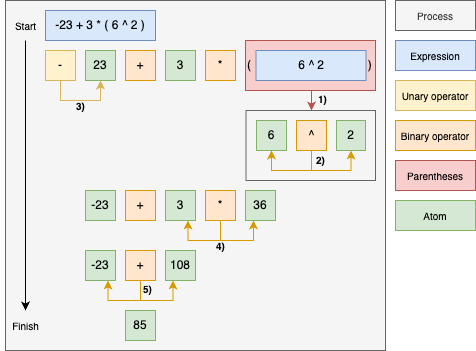
This is docs/source/_static/figures/operation_flow.png from vrtulka23/scinumtools, a draw.io export, as it was before one commit. Source tidied: cells renumbered, new cells last; positions are measured from the earlier drawing's top-left corner, leaving out a move shared by most shapes. The source it was exported from:
```xml
<mxGraphModel>
  <root>
    <mxCell id="0" />
    <mxCell id="1" parent="0" />
    <mxCell id="2" style="rounded=0;whiteSpace=wrap;html=1;fillColor=#f5f5f5;fontColor=#333333;strokeColor=#666666;" parent="1" vertex="1">
      <mxGeometry x="5" width="380" height="350" as="geometry" />
    </mxCell>
    <mxCell id="3" style="rounded=0;whiteSpace=wrap;html=1;fillColor=#f5f5f5;fontColor=#333333;strokeColor=#666666;" parent="1" vertex="1">
      <mxGeometry x="245.5" y="110" width="129.5" height="70" as="geometry" />
    </mxCell>
    <mxCell id="4" value="-23" style="rounded=0;whiteSpace=wrap;html=1;fillColor=#d5e8d4;strokeColor=#82b366;" parent="1" vertex="1">
      <mxGeometry x="85" y="190" width="30" height="30" as="geometry" />
    </mxCell>
    <mxCell id="5" value="3" style="rounded=0;whiteSpace=wrap;html=1;fillColor=#d5e8d4;strokeColor=#82b366;" parent="1" vertex="1">
      <mxGeometry x="165" y="190" width="30" height="30" as="geometry" />
    </mxCell>
    <mxCell id="6" value="+" style="rounded=0;whiteSpace=wrap;html=1;fillColor=#ffe6cc;strokeColor=#d79b00;" parent="1" vertex="1">
      <mxGeometry x="125" y="190" width="30" height="30" as="geometry" />
    </mxCell>
    <mxCell id="7" style="edgeStyle=orthogonalEdgeStyle;rounded=0;jettySize=auto;html=1;exitX=0.5;exitY=1;exitDx=0;exitDy=0;entryX=0.75;entryY=1;entryDx=0;entryDy=0;fillColor=#ffe6cc;strokeColor=#d79b00;" parent="1" edge="1" source="9" target="5">
      <mxGeometry relative="1" as="geometry">
        <Array as="points">
          <mxPoint x="220" y="240" />
          <mxPoint x="188" y="240" />
        </Array>
      </mxGeometry>
    </mxCell>
    <mxCell id="8" style="edgeStyle=orthogonalEdgeStyle;rounded=0;jettySize=auto;html=1;exitX=0.5;exitY=1;exitDx=0;exitDy=0;entryX=0.25;entryY=1;entryDx=0;entryDy=0;fillColor=#ffe6cc;strokeColor=#d79b00;" parent="1" edge="1" source="9" target="16">
      <mxGeometry relative="1" as="geometry">
        <Array as="points">
          <mxPoint x="220" y="240" />
          <mxPoint x="253" y="240" />
          <mxPoint x="253" y="220" />
        </Array>
      </mxGeometry>
    </mxCell>
    <mxCell id="9" value="*" style="rounded=0;whiteSpace=wrap;html=1;fillColor=#ffe6cc;strokeColor=#d79b00;" parent="1" vertex="1">
      <mxGeometry x="205" y="190" width="30" height="30" as="geometry" />
    </mxCell>
    <mxCell id="10" value="Unary operator" style="rounded=0;whiteSpace=wrap;html=1;fillColor=#fff2cc;strokeColor=#d6b656;fontSize=10;" parent="1" vertex="1">
      <mxGeometry x="395" y="80" width="80" height="30" as="geometry" />
    </mxCell>
    <mxCell id="11" value="Binary operator" style="rounded=0;whiteSpace=wrap;html=1;fillColor=#ffe6cc;strokeColor=#d79b00;fontSize=10;" parent="1" vertex="1">
      <mxGeometry x="395" y="120" width="80" height="30" as="geometry" />
    </mxCell>
    <mxCell id="12" value="Parentheses" style="rounded=0;whiteSpace=wrap;html=1;align=center;fillColor=#f8cecc;strokeColor=#b85450;fontSize=10;" parent="1" vertex="1">
      <mxGeometry x="395" y="160" width="80" height="30" as="geometry" />
    </mxCell>
    <mxCell id="13" value="Atom" style="rounded=0;whiteSpace=wrap;html=1;align=center;fillColor=#d5e8d4;strokeColor=#82b366;fontSize=10;" parent="1" vertex="1">
      <mxGeometry x="395" y="200" width="80" height="30" as="geometry" />
    </mxCell>
    <mxCell id="14" value="Expression" style="rounded=0;whiteSpace=wrap;html=1;fillColor=#dae8fc;strokeColor=#6c8ebf;fontSize=10;" parent="1" vertex="1">
      <mxGeometry x="395" y="40" width="80" height="30" as="geometry" />
    </mxCell>
    <mxCell id="15" value="-23 + 3 * ( 6 ^ 2 )" style="rounded=0;whiteSpace=wrap;html=1;fillColor=#dae8fc;strokeColor=#6c8ebf;" parent="1" vertex="1">
      <mxGeometry x="45" y="10" width="110" height="30" as="geometry" />
    </mxCell>
    <mxCell id="16" value="36" style="rounded=0;whiteSpace=wrap;html=1;fillColor=#d5e8d4;strokeColor=#82b366;" parent="1" vertex="1">
      <mxGeometry x="245" y="190" width="30" height="30" as="geometry" />
    </mxCell>
    <mxCell id="17" style="edgeStyle=orthogonalEdgeStyle;rounded=0;jettySize=auto;html=1;exitX=0.5;exitY=1;exitDx=0;exitDy=0;fillColor=#f8cecc;strokeColor=#b85450;" parent="1" edge="1" source="18">
      <mxGeometry relative="1" as="geometry">
        <mxPoint x="311" y="110" as="targetPoint" />
      </mxGeometry>
    </mxCell>
    <mxCell id="18" value="(&amp;nbsp; &amp;nbsp; &amp;nbsp; &amp;nbsp; &amp;nbsp; &amp;nbsp; &amp;nbsp; &amp;nbsp; &amp;nbsp; &amp;nbsp; &amp;nbsp; &amp;nbsp; &amp;nbsp; &amp;nbsp; &amp;nbsp; &amp;nbsp; &amp;nbsp; &amp;nbsp;)" style="rounded=0;whiteSpace=wrap;html=1;align=left;fillColor=#f8cecc;strokeColor=#b85450;" parent="1" vertex="1">
      <mxGeometry x="245" y="40" width="130" height="50" as="geometry" />
    </mxCell>
    <mxCell id="19" value="23" style="rounded=0;whiteSpace=wrap;html=1;fillColor=#d5e8d4;strokeColor=#82b366;" parent="1" vertex="1">
      <mxGeometry x="85" y="50" width="30" height="30" as="geometry" />
    </mxCell>
    <mxCell id="20" value="3" style="rounded=0;whiteSpace=wrap;html=1;fillColor=#d5e8d4;strokeColor=#82b366;" parent="1" vertex="1">
      <mxGeometry x="165" y="50" width="30" height="30" as="geometry" />
    </mxCell>
    <mxCell id="21" value="6" style="rounded=0;whiteSpace=wrap;html=1;fillColor=#d5e8d4;strokeColor=#82b366;" parent="1" vertex="1">
      <mxGeometry x="256" y="120" width="30" height="30" as="geometry" />
    </mxCell>
    <mxCell id="22" value="+" style="rounded=0;whiteSpace=wrap;html=1;fillColor=#ffe6cc;strokeColor=#d79b00;" parent="1" vertex="1">
      <mxGeometry x="125" y="50" width="30" height="30" as="geometry" />
    </mxCell>
    <mxCell id="23" value="*" style="rounded=0;whiteSpace=wrap;html=1;fillColor=#ffe6cc;strokeColor=#d79b00;" parent="1" vertex="1">
      <mxGeometry x="205" y="50" width="30" height="30" as="geometry" />
    </mxCell>
    <mxCell id="24" value="2" style="rounded=0;whiteSpace=wrap;html=1;fillColor=#d5e8d4;strokeColor=#82b366;" parent="1" vertex="1">
      <mxGeometry x="336" y="120" width="29" height="30" as="geometry" />
    </mxCell>
    <mxCell id="25" style="edgeStyle=orthogonalEdgeStyle;rounded=0;jettySize=auto;html=1;exitX=0.5;exitY=1;exitDx=0;exitDy=0;entryX=0.5;entryY=1;entryDx=0;entryDy=0;fillColor=#ffe6cc;strokeColor=#d79b00;" parent="1" edge="1" source="27" target="21">
      <mxGeometry relative="1" as="geometry" />
    </mxCell>
    <mxCell id="26" style="edgeStyle=orthogonalEdgeStyle;rounded=0;jettySize=auto;html=1;exitX=0.5;exitY=1;exitDx=0;exitDy=0;entryX=0.5;entryY=1;entryDx=0;entryDy=0;fillColor=#ffe6cc;strokeColor=#d79b00;" parent="1" edge="1" source="27" target="24">
      <mxGeometry relative="1" as="geometry">
        <Array as="points">
          <mxPoint x="311" y="170" />
          <mxPoint x="351" y="170" />
        </Array>
      </mxGeometry>
    </mxCell>
    <mxCell id="27" value="^" style="rounded=0;whiteSpace=wrap;html=1;fillColor=#ffe6cc;strokeColor=#d79b00;" parent="1" vertex="1">
      <mxGeometry x="296" y="120" width="30" height="30" as="geometry" />
    </mxCell>
    <mxCell id="28" value="-" style="rounded=0;whiteSpace=wrap;html=1;fillColor=#fff2cc;strokeColor=#d6b656;" parent="1" vertex="1">
      <mxGeometry x="45" y="50" width="30" height="30" as="geometry" />
    </mxCell>
    <mxCell id="29" value="-23" style="rounded=0;whiteSpace=wrap;html=1;fillColor=#d5e8d4;strokeColor=#82b366;" parent="1" vertex="1">
      <mxGeometry x="85" y="250" width="30" height="30" as="geometry" />
    </mxCell>
    <mxCell id="30" style="edgeStyle=orthogonalEdgeStyle;rounded=0;jettySize=auto;html=1;exitX=0.5;exitY=1;exitDx=0;exitDy=0;entryX=0.75;entryY=1;entryDx=0;entryDy=0;fillColor=#ffe6cc;strokeColor=#d79b00;" parent="1" edge="1" source="32" target="29">
      <mxGeometry relative="1" as="geometry">
        <Array as="points">
          <mxPoint x="140" y="300" />
          <mxPoint x="108" y="300" />
        </Array>
      </mxGeometry>
    </mxCell>
    <mxCell id="31" style="edgeStyle=orthogonalEdgeStyle;rounded=0;jettySize=auto;html=1;exitX=0.5;exitY=1;exitDx=0;exitDy=0;entryX=0.25;entryY=1;entryDx=0;entryDy=0;fillColor=#ffe6cc;strokeColor=#d79b00;" parent="1" edge="1" source="32">
      <mxGeometry relative="1" as="geometry">
        <mxPoint x="172.5" y="280" as="targetPoint" />
        <Array as="points">
          <mxPoint x="140" y="300" />
          <mxPoint x="173" y="300" />
        </Array>
      </mxGeometry>
    </mxCell>
    <mxCell id="32" value="+" style="rounded=0;whiteSpace=wrap;html=1;fillColor=#ffe6cc;strokeColor=#d79b00;" parent="1" vertex="1">
      <mxGeometry x="125" y="250" width="30" height="30" as="geometry" />
    </mxCell>
    <mxCell id="33" value="108" style="rounded=0;whiteSpace=wrap;html=1;fillColor=#d5e8d4;strokeColor=#82b366;" parent="1" vertex="1">
      <mxGeometry x="165" y="250" width="30" height="30" as="geometry" />
    </mxCell>
    <mxCell id="34" style="edgeStyle=orthogonalEdgeStyle;rounded=0;jettySize=auto;html=1;exitX=0.5;exitY=1;exitDx=0;exitDy=0;entryX=0.5;entryY=1;entryDx=0;entryDy=0;fillColor=#fff2cc;strokeColor=#d6b656;" parent="1" edge="1" source="28" target="19">
      <mxGeometry relative="1" as="geometry">
        <Array as="points">
          <mxPoint x="60" y="100" />
          <mxPoint x="100" y="100" />
        </Array>
      </mxGeometry>
    </mxCell>
    <mxCell id="35" value="6 ^ 2" style="rounded=0;whiteSpace=wrap;html=1;fillColor=#dae8fc;strokeColor=#6c8ebf;" parent="1" vertex="1">
      <mxGeometry x="255.5" y="50" width="110" height="30" as="geometry" />
    </mxCell>
    <mxCell id="36" value="85" style="rounded=0;whiteSpace=wrap;html=1;fillColor=#d5e8d4;strokeColor=#82b366;" parent="1" vertex="1">
      <mxGeometry x="125" y="310" width="30" height="30" as="geometry" />
    </mxCell>
    <mxCell id="37" value="3)" style="text;html=1;align=center;verticalAlign=middle;strokeColor=none;fillColor=none;fontStyle=1;fontSize=10;" parent="1" vertex="1">
      <mxGeometry x="65" y="90" width="30" height="30" as="geometry" />
    </mxCell>
    <mxCell id="38" value="1)" style="text;html=1;align=center;verticalAlign=middle;strokeColor=none;fillColor=none;fontStyle=1;fontSize=10;" parent="1" vertex="1">
      <mxGeometry x="307" y="83" width="30" height="30" as="geometry" />
    </mxCell>
    <mxCell id="39" value="2)" style="text;html=1;align=center;verticalAlign=middle;strokeColor=none;fillColor=none;fontStyle=1;fontSize=10;" parent="1" vertex="1">
      <mxGeometry x="305" y="144" width="30" height="30" as="geometry" />
    </mxCell>
    <mxCell id="40" value="4)" style="text;html=1;align=center;verticalAlign=middle;strokeColor=none;fillColor=none;fontStyle=1;fontSize=10;" parent="1" vertex="1">
      <mxGeometry x="205" y="230" width="30" height="30" as="geometry" />
    </mxCell>
    <mxCell id="41" value="5)" style="text;html=1;align=center;verticalAlign=middle;strokeColor=none;fillColor=none;fontStyle=1;fontSize=10;" parent="1" vertex="1">
      <mxGeometry x="132" y="273" width="30" height="30" as="geometry" />
    </mxCell>
    <mxCell id="42" value="Process" style="rounded=0;whiteSpace=wrap;html=1;fillColor=#f5f5f5;strokeColor=#666666;fontColor=#333333;fontSize=10;verticalAlign=middle;" parent="1" vertex="1">
      <mxGeometry x="395" width="80" height="30" as="geometry" />
    </mxCell>
    <mxCell id="43" style="endArrow=classic;html=1;rounded=0;" parent="1" edge="1">
      <mxGeometry relative="1" as="geometry">
        <mxPoint x="25" y="40" as="sourcePoint" />
        <mxPoint x="25" y="310" as="targetPoint" />
      </mxGeometry>
    </mxCell>
    <mxCell id="44" value="Start" style="text;html=1;align=center;verticalAlign=middle;strokeColor=none;fillColor=none;fontSize=10;" parent="1" vertex="1">
      <mxGeometry x="5" y="10" width="40" height="30" as="geometry" />
    </mxCell>
    <mxCell id="45" value="Finish" style="text;html=1;align=center;verticalAlign=middle;strokeColor=none;fillColor=none;fontSize=10;" parent="1" vertex="1">
      <mxGeometry y="310" width="50" height="30" as="geometry" />
    </mxCell>
  </root>
</mxGraphModel>
```
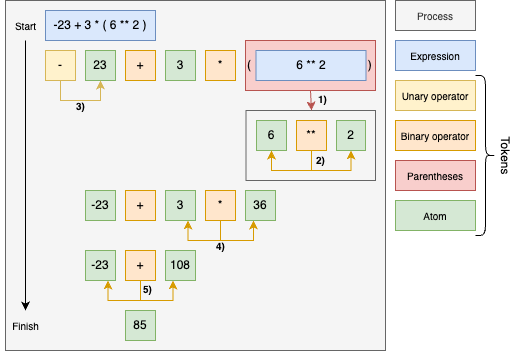
After the change.

What changed in the source:
```diff
@@ -52,7 +52,7 @@
     <mxCell id="14" value="Expression" style="rounded=0;whiteSpace=wrap;html=1;fillColor=#dae8fc;strokeColor=#6c8ebf;fontSize=10;" parent="1" vertex="1">
       <mxGeometry x="395" y="40" width="80" height="30" as="geometry" />
     </mxCell>
-    <mxCell id="15" value="-23 + 3 * ( 6 ^ 2 )" style="rounded=0;whiteSpace=wrap;html=1;fillColor=#dae8fc;strokeColor=#6c8ebf;" parent="1" vertex="1">
+    <mxCell id="15" value="-23 + 3 * ( 6 ** 2 )" style="rounded=0;whiteSpace=wrap;html=1;fillColor=#dae8fc;strokeColor=#6c8ebf;" parent="1" vertex="1">
       <mxGeometry x="45" y="10" width="110" height="30" as="geometry" />
     </mxCell>
     <mxCell id="16" value="36" style="rounded=0;whiteSpace=wrap;html=1;fillColor=#d5e8d4;strokeColor=#82b366;" parent="1" vertex="1">
@@ -95,7 +95,7 @@
         </Array>
       </mxGeometry>
     </mxCell>
-    <mxCell id="27" value="^" style="rounded=0;whiteSpace=wrap;html=1;fillColor=#ffe6cc;strokeColor=#d79b00;" parent="1" vertex="1">
+    <mxCell id="27" value="**" style="rounded=0;whiteSpace=wrap;html=1;fillColor=#ffe6cc;strokeColor=#d79b00;" parent="1" vertex="1">
       <mxGeometry x="296" y="120" width="30" height="30" as="geometry" />
     </mxCell>
     <mxCell id="28" value="-" style="rounded=0;whiteSpace=wrap;html=1;fillColor=#fff2cc;strokeColor=#d6b656;" parent="1" vertex="1">
@@ -135,7 +135,7 @@
         </Array>
       </mxGeometry>
     </mxCell>
-    <mxCell id="35" value="6 ^ 2" style="rounded=0;whiteSpace=wrap;html=1;fillColor=#dae8fc;strokeColor=#6c8ebf;" parent="1" vertex="1">
+    <mxCell id="35" value="6 ** 2" style="rounded=0;whiteSpace=wrap;html=1;fillColor=#dae8fc;strokeColor=#6c8ebf;" parent="1" vertex="1">
       <mxGeometry x="255.5" y="50" width="110" height="30" as="geometry" />
     </mxCell>
     <mxCell id="36" value="85" style="rounded=0;whiteSpace=wrap;html=1;fillColor=#d5e8d4;strokeColor=#82b366;" parent="1" vertex="1">
@@ -171,5 +171,11 @@
     <mxCell id="45" value="Finish" style="text;html=1;align=center;verticalAlign=middle;strokeColor=none;fillColor=none;fontSize=10;" parent="1" vertex="1">
       <mxGeometry y="310" width="50" height="30" as="geometry" />
     </mxCell>
+    <mxCell id="46" style="shape=curlyBracket;whiteSpace=wrap;html=1;rounded=1;flipH=1;labelPosition=right;verticalLabelPosition=middle;align=left;verticalAlign=middle;" parent="1" vertex="1">
+      <mxGeometry x="475" y="75" width="20" height="160" as="geometry" />
+    </mxCell>
+    <mxCell id="47" value="Tokens" style="text;html=1;align=center;verticalAlign=middle;strokeColor=none;fillColor=none;rotation=90;" parent="1" vertex="1">
+      <mxGeometry x="475" y="140" width="60" height="30" as="geometry" />
+    </mxCell>
   </root>
 </mxGraphModel>
```
